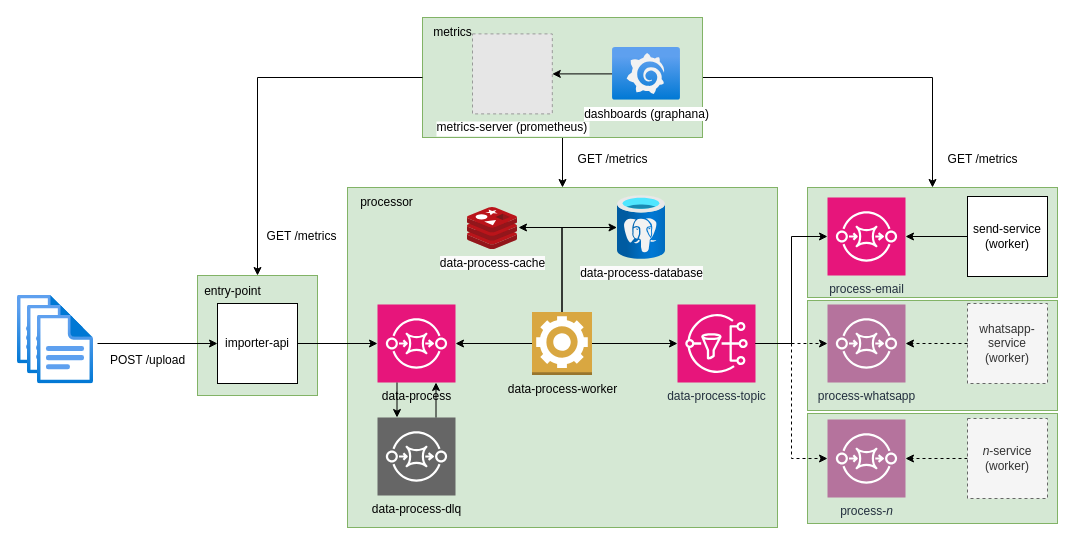
Before: docs/application-diagram.drawio in br-monteiro/kanastra-swe-challenge, a draw.io diagram. Source tidied: cells renumbered, new cells numbered last; positions are measured from the earlier drawing's top-left corner, leaving out a move shared by most shapes. Both pictures are drawn from the tidied source at 100%, with x=0, y=0 at pixel (17, 17). Pictures stored in the file or linked from it are replaced by grey dashed boxes.
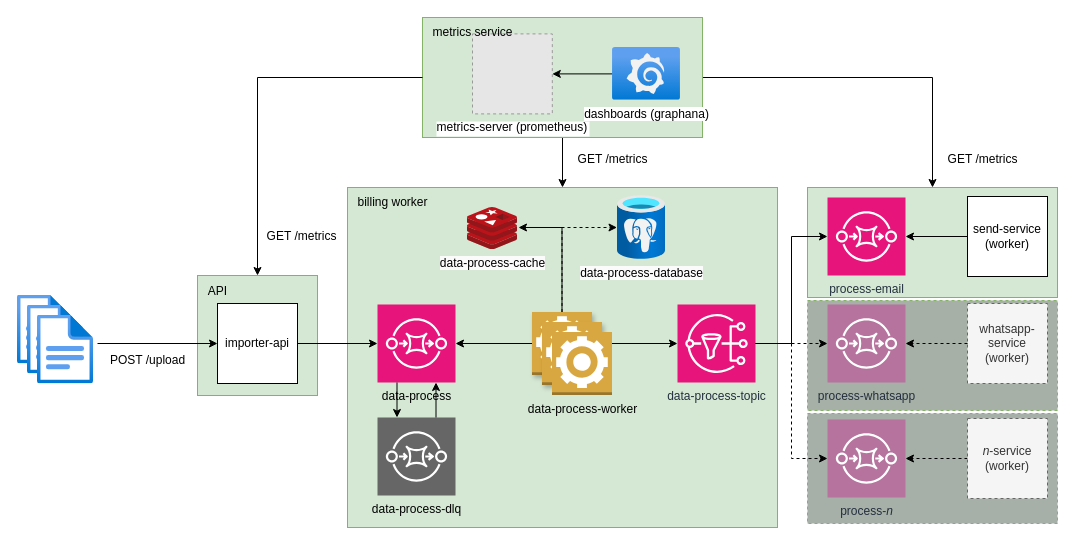
After the change.

Commit message (it also covers changes not shown here):
chore: adjust application diagram (#11)

The change refers to these unchanged cells:
```xml
<mxCell id="25" value="&lt;span style=&quot;background-color: rgb(251, 251, 251);&quot;&gt;data-process-database&lt;/span&gt;" style="image;html=1;points=[];align=center;fontSize=12;image=img/lib/azure2/databases/Azure_Database_PostgreSQL_Server.svg;" parent="1" vertex="1">
  <mxGeometry x="600" y="178" width="48" height="64" as="geometry" />
</mxCell>
<mxCell id="46" style="group;" parent="1" vertex="1">
  <mxGeometry x="405" width="280" height="120" as="geometry" />
</mxCell>
```

Diff of the diagram source:
```diff
@@
-    <mxCell id="2" style="rounded=0;whiteSpace=wrap;html=1;fillColor=#d5e8d4;strokeColor=#82b366;" parent="1" vertex="1">
+    <mxCell id="2" style="rounded=0;whiteSpace=wrap;html=1;fillColor=#a7b0a8;strokeColor=#82b366;dashed=1;" parent="1" vertex="1">
       <mxGeometry x="790" y="396" width="250" height="110" as="geometry" />
     </mxCell>
-    <mxCell id="3" style="rounded=0;whiteSpace=wrap;html=1;fillColor=#d5e8d4;strokeColor=#82b366;" parent="1" vertex="1">
+    <mxCell id="3" style="rounded=0;whiteSpace=wrap;html=1;fillColor=#A7B0A7;strokeColor=#82b366;dashed=1;" parent="1" vertex="1">
       <mxGeometry x="790" y="283" width="250" height="110" as="geometry" />
     </mxCell>
@@
-    <mxCell id="22" value="data-process-worker" style="outlineConnect=0;dashed=0;verticalLabelPosition=bottom;verticalAlign=top;align=center;html=1;shape=mxgraph.aws3.worker;fillColor=#D9A741;gradientColor=none;" parent="1" vertex="1">
+    <mxCell id="22" style="outlineConnect=0;dashed=0;verticalLabelPosition=bottom;verticalAlign=top;align=center;html=1;shape=mxgraph.aws3.worker;fillColor=#D9A741;gradientColor=none;shadow=1;" parent="1" vertex="1">
       <mxGeometry x="514.5" y="294.5" width="60" height="63" as="geometry" />
     </mxCell>
@@
-    <mxCell id="26" style="edgeStyle=orthogonalEdgeStyle;rounded=0;jettySize=auto;html=1;exitX=0.5;exitY=0;exitDx=0;exitDy=0;exitPerimeter=0;entryX=-0.01;entryY=0.5;entryDx=0;entryDy=0;entryPerimeter=0;" parent="1" edge="1" source="22" target="25">
+    <mxCell id="26" style="edgeStyle=orthogonalEdgeStyle;rounded=0;jettySize=auto;html=1;exitX=0.5;exitY=0;exitDx=0;exitDy=0;exitPerimeter=0;entryX=-0.01;entryY=0.5;entryDx=0;entryDy=0;entryPerimeter=0;dashed=1;" parent="1" edge="1" source="22" target="25">
       <mxGeometry relative="1" as="geometry" />
     </mxCell>
@@
-    <mxCell id="41" value="entry-point" style="text;html=1;align=center;verticalAlign=middle;strokeColor=none;fillColor=none;" parent="1" vertex="1">
-      <mxGeometry x="175" y="259" width="80" height="30" as="geometry" />
+    <mxCell id="41" value="API" style="text;html=1;align=center;verticalAlign=middle;strokeColor=none;fillColor=none;" parent="1" vertex="1">
+      <mxGeometry x="180" y="259" width="40" height="30" as="geometry" />
     </mxCell>
-    <mxCell id="42" value="processor" style="text;html=1;align=center;verticalAlign=middle;strokeColor=none;fillColor=none;" parent="1" vertex="1">
-      <mxGeometry x="329" y="170" width="80" height="30" as="geometry" />
+    <mxCell id="42" value="billing worker" style="text;html=1;align=center;verticalAlign=middle;strokeColor=none;fillColor=none;" parent="1" vertex="1">
+      <mxGeometry x="330" y="170" width="90" height="30" as="geometry" />
     </mxCell>
@@
-    <mxCell id="51" value="metrics" style="text;html=1;align=center;verticalAlign=middle;strokeColor=none;fillColor=none;" parent="46" vertex="1">
-      <mxGeometry width="60" height="30" as="geometry" />
+    <mxCell id="51" value="metrics service" style="text;html=1;align=center;verticalAlign=middle;strokeColor=none;fillColor=none;" parent="46" vertex="1">
+      <mxGeometry width="100" height="30" as="geometry" />
     </mxCell>
@@
+    <mxCell id="54" style="dashed=0;verticalLabelPosition=bottom;verticalAlign=top;align=center;html=1;shape=mxgraph.aws3.worker;fillColor=#D9A741;gradientColor=none;shadow=1;" parent="1" vertex="1">
+      <mxGeometry x="524.5" y="304.5" width="60" height="63" as="geometry" />
+    </mxCell>
+    <mxCell id="55" value="data-process-worker" style="dashed=0;verticalLabelPosition=bottom;verticalAlign=top;align=center;html=1;shape=mxgraph.aws3.worker;fillColor=#D9A741;gradientColor=none;" parent="1" vertex="1">
+      <mxGeometry x="534.5" y="314.5" width="60" height="63" as="geometry" />
+    </mxCell>
```
